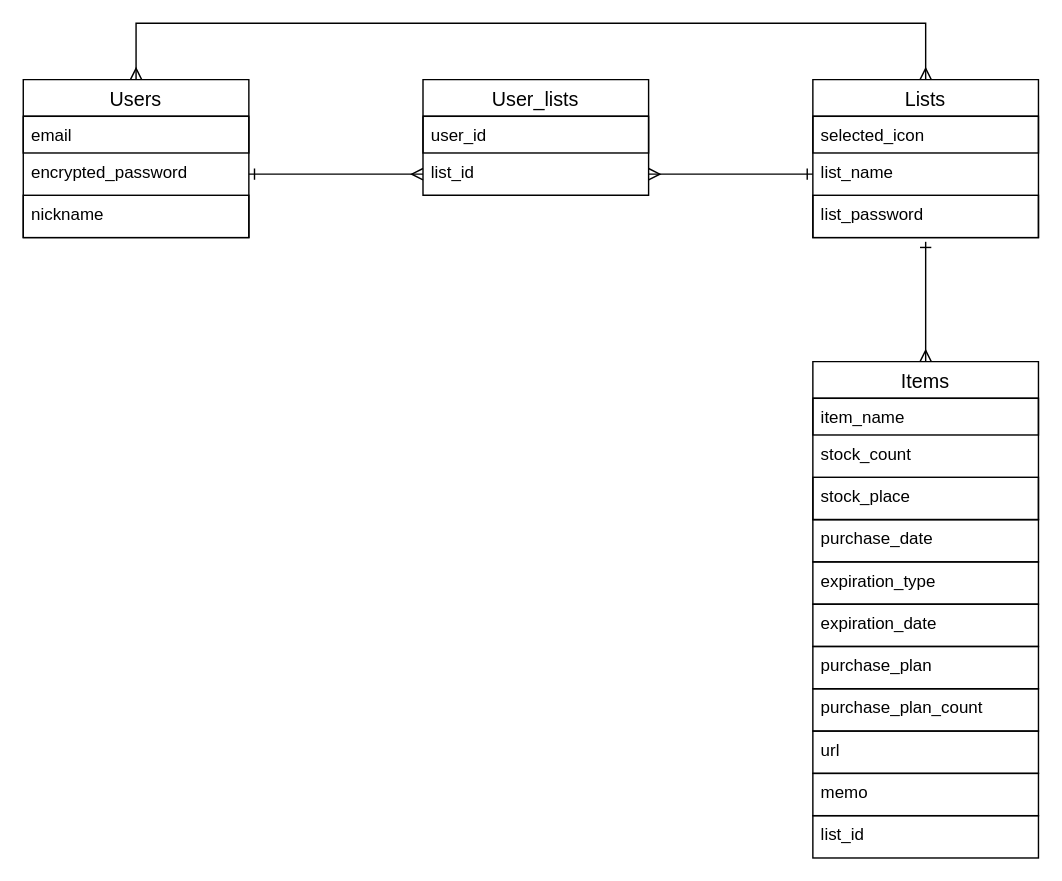
Above: er.dio in nagataku26/life-stocker (draw.io), before the change. Source tidied: cells renumbered, new cells numbered last; positions are measured from the earlier drawing's top-left corner, leaving out a move shared by most shapes. Both pictures are drawn from the tidied source at 141%, with x=0, y=0 at pixel (23, 23).
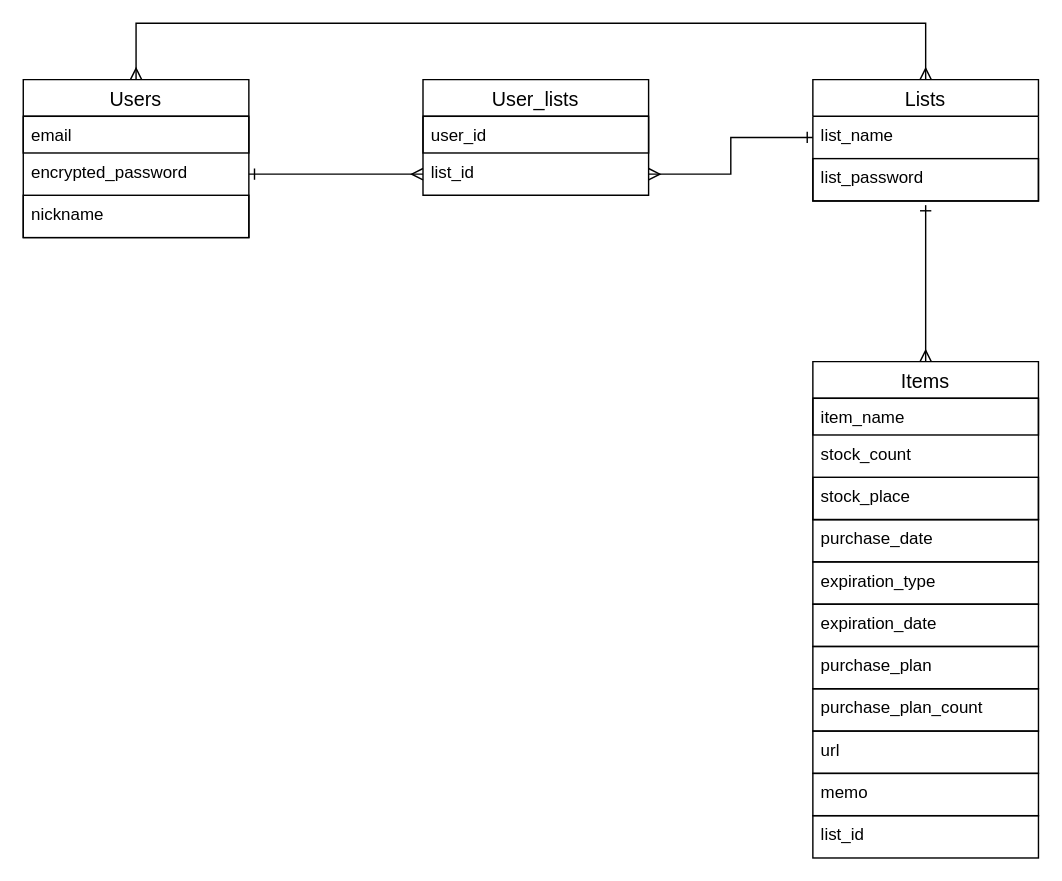
The same page after the edit.

Diff of the diagram source:
```diff
@@
     <mxCell id="8" value="Lists" style="swimlane;fontStyle=0;horizontal=1;startSize=26;align=center;fontSize=14;" parent="1" vertex="1">
-      <mxGeometry x="560" y="40" width="160" height="112" as="geometry" />
+      <mxGeometry x="560" y="40" width="160" height="86" as="geometry" />
     </mxCell>
-    <mxCell id="9" value="selected_icon" style="text;strokeColor=default;fillColor=none;spacingLeft=4;spacingRight=4;overflow=hidden;fontSize=12;" parent="8" vertex="1">
-      <mxGeometry y="26" width="160" height="26" as="geometry" />
-    </mxCell>
     <mxCell id="10" value="list_name" style="text;strokeColor=none;fillColor=none;spacingLeft=4;spacingRight=4;overflow=hidden;points=[[0,0.5],[1,0.5]];portConstraint=eastwest;fontSize=12;" parent="8" vertex="1">
-      <mxGeometry y="52" width="160" height="30" as="geometry" />
+      <mxGeometry y="26" width="160" height="30" as="geometry" />
     </mxCell>
     <mxCell id="11" value="list_password" style="text;strokeColor=default;fillColor=none;spacingLeft=4;spacingRight=4;overflow=hidden;points=[[0,0.5],[1,0.5]];portConstraint=eastwest;fontSize=12;" parent="8" vertex="1">
-      <mxGeometry y="82" width="160" height="30" as="geometry" />
+      <mxGeometry y="56" width="160" height="30" as="geometry" />
     </mxCell>
```
